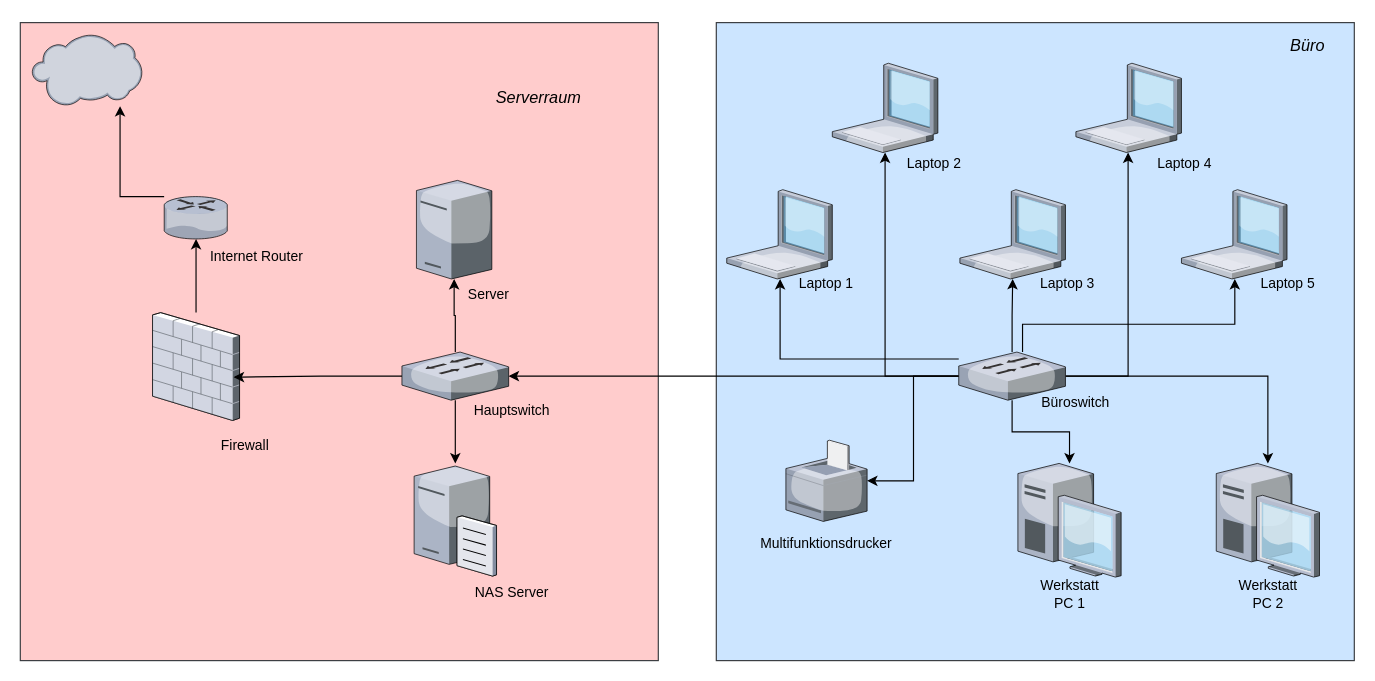
Earlier version of the draw.io diagram Untitled Diagram.drawio (posthak/Netsplan). Source tidied: cells renumbered, new cells numbered last; positions are measured from the earlier drawing's top-left corner, leaving out a move shared by most shapes. Both pictures are drawn from the tidied source at 116%, with x=0, y=0 at pixel (20, 22).
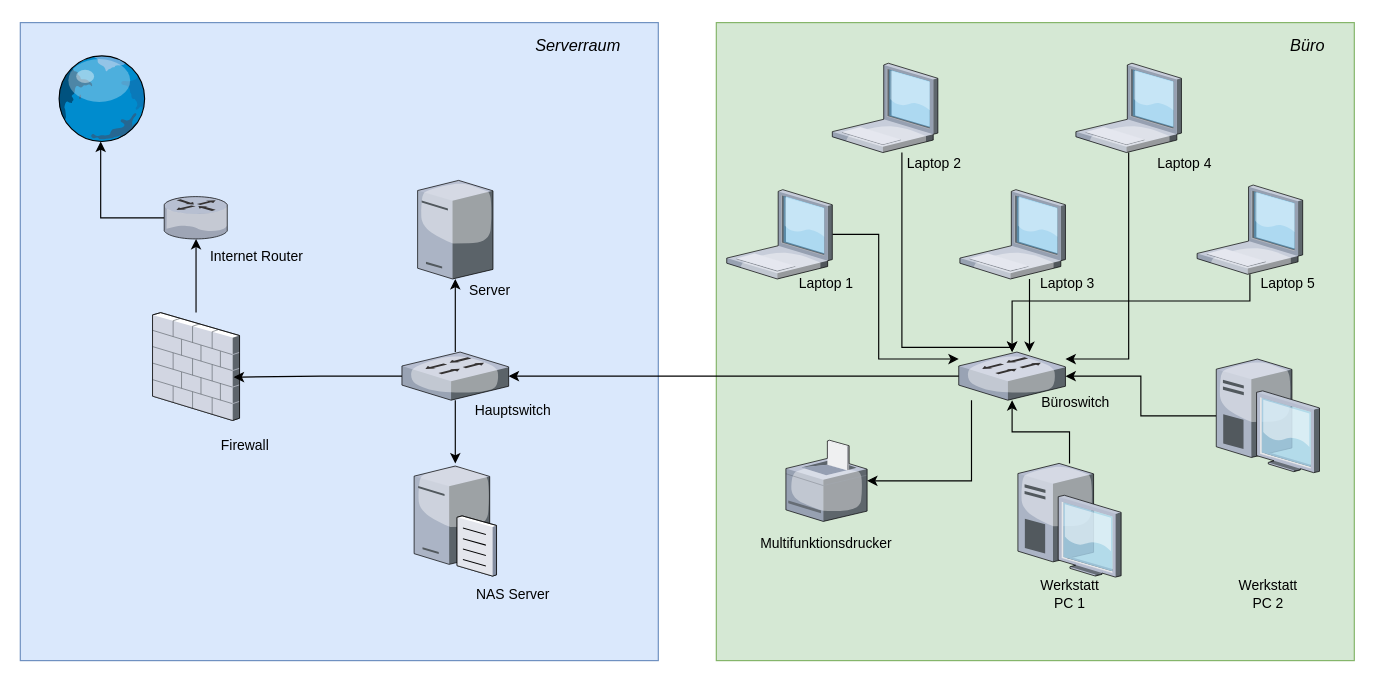
After the change.

Unchanged cells that the change refers to:
```xml
<mxCell id="4" style="verticalLabelPosition=bottom;sketch=0;html=1;verticalAlign=top;strokeColor=none;align=center;outlineConnect=0;shape=mxgraph.citrix.file_server;" parent="1" vertex="1">
  <mxGeometry x="339.5" y="380" width="71" height="97" as="geometry" />
</mxCell>
<mxCell id="8" style="verticalLabelPosition=bottom;sketch=0;html=1;verticalAlign=top;strokeColor=none;align=center;outlineConnect=0;shape=mxgraph.citrix.printer;" parent="1" vertex="1">
  <mxGeometry x="660" y="360" width="70" height="70" as="geometry" />
</mxCell>
<mxCell id="10" style="verticalLabelPosition=bottom;sketch=0;html=1;verticalAlign=top;strokeColor=none;align=center;outlineConnect=0;shape=mxgraph.citrix.desktop;" parent="1" vertex="1">
  <mxGeometry x="860" y="380" width="89" height="98" as="geometry" />
</mxCell>
<mxCell id="12" style="verticalLabelPosition=bottom;sketch=0;html=1;verticalAlign=top;strokeColor=none;align=center;outlineConnect=0;shape=mxgraph.citrix.router;" parent="1" vertex="1">
  <mxGeometry x="124" y="150" width="55" height="36.5" as="geometry" />
</mxCell>
<mxCell id="15" style="verticalLabelPosition=bottom;sketch=0;html=1;verticalAlign=top;strokeColor=none;align=center;outlineConnect=0;shape=mxgraph.citrix.switch;" parent="1" vertex="1">
  <mxGeometry x="329" y="284" width="92" height="41.5" as="geometry" />
</mxCell>
<mxCell id="24" style="verticalLabelPosition=bottom;sketch=0;html=1;verticalAlign=top;strokeColor=none;align=center;outlineConnect=0;shape=mxgraph.citrix.switch;" parent="1" vertex="1">
  <mxGeometry x="809" y="284" width="92" height="41.5" as="geometry" />
</mxCell>
<mxCell id="25" style="verticalLabelPosition=bottom;sketch=0;html=1;verticalAlign=top;strokeColor=none;align=center;outlineConnect=0;shape=mxgraph.citrix.laptop_1;" parent="1" vertex="1">
  <mxGeometry x="700" y="35" width="91" height="77" as="geometry" />
</mxCell>
<mxCell id="26" style="verticalLabelPosition=bottom;sketch=0;html=1;verticalAlign=top;strokeColor=none;align=center;outlineConnect=0;shape=mxgraph.citrix.laptop_1;" parent="1" vertex="1">
  <mxGeometry x="910" y="35" width="91" height="77" as="geometry" />
</mxCell>
<mxCell id="27" style="verticalLabelPosition=bottom;sketch=0;html=1;verticalAlign=top;strokeColor=none;align=center;outlineConnect=0;shape=mxgraph.citrix.laptop_1;" parent="1" vertex="1">
  <mxGeometry x="810" y="144" width="91" height="77" as="geometry" />
</mxCell>
<mxCell id="28" style="verticalLabelPosition=bottom;sketch=0;html=1;verticalAlign=top;strokeColor=none;align=center;outlineConnect=0;shape=mxgraph.citrix.laptop_1;" parent="1" vertex="1">
  <mxGeometry x="609" y="144" width="91" height="77" as="geometry" />
</mxCell>
```

Change to the diagram source:
```diff
@@
-    <mxCell id="2" style="whiteSpace=wrap;html=1;fillColor=#cce5ff;strokeColor=#36393d;" parent="1" vertex="1">
+    <mxCell id="2" style="whiteSpace=wrap;html=1;fillColor=#d5e8d4;strokeColor=#82b366;" parent="1" vertex="1">
       <mxGeometry x="600" width="550" height="550" as="geometry" />
     </mxCell>
-    <mxCell id="3" style="whiteSpace=wrap;html=1;fillColor=#ffcccc;strokeColor=#36393d;" parent="1" vertex="1">
+    <mxCell id="3" style="whiteSpace=wrap;html=1;fillColor=#dae8fc;strokeColor=#6c8ebf;" parent="1" vertex="1">
       <mxGeometry width="550" height="550" as="geometry" />
     </mxCell>
@@
-    <mxCell id="6" style="verticalLabelPosition=bottom;sketch=0;html=1;verticalAlign=top;strokeColor=none;align=center;outlineConnect=0;shape=mxgraph.citrix.firewall;" parent="1" vertex="1">
+    <mxCell id="6" style="verticalLabelPosition=bottom;sketch=0;html=1;verticalAlign=top;strokeColor=#36393d;align=center;outlineConnect=0;shape=mxgraph.citrix.firewall;fillColor=#ffff88;fillStyle=auto;" parent="1" vertex="1">
       <mxGeometry x="114" y="250" width="75" height="93" as="geometry" />
     </mxCell>
-    <mxCell id="7" style="verticalLabelPosition=bottom;sketch=0;html=1;verticalAlign=top;strokeColor=none;align=center;outlineConnect=0;shape=mxgraph.citrix.cloud;" parent="1" vertex="1">
-      <mxGeometry x="10" y="10" width="95" height="62" as="geometry" />
-    </mxCell>
@@
+    <mxCell id="49" style="edgeStyle=orthogonalEdgeStyle;rounded=0;jettySize=auto;html=1;fontFamily=Helvetica;fontSize=12;fontColor=default;" parent="1" edge="1" source="9" target="24">
+      <mxGeometry relative="1" as="geometry" />
+    </mxCell>
     <mxCell id="9" style="verticalLabelPosition=bottom;sketch=0;html=1;verticalAlign=top;strokeColor=none;align=center;outlineConnect=0;shape=mxgraph.citrix.desktop;" parent="1" vertex="1">
-      <mxGeometry x="1031" y="380" width="89" height="98" as="geometry" />
+      <mxGeometry x="1031" y="290" width="89" height="98" as="geometry" />
     </mxCell>
+    <mxCell id="50" style="edgeStyle=orthogonalEdgeStyle;rounded=0;jettySize=auto;html=1;fontFamily=Helvetica;fontSize=12;fontColor=default;" parent="1" edge="1" source="10" target="24">
+      <mxGeometry relative="1" as="geometry" />
+    </mxCell>
@@
-    <mxCell id="11" style="edgeStyle=orthogonalEdgeStyle;rounded=0;jettySize=auto;html=1;" parent="1" edge="1" source="12" target="7">
-      <mxGeometry relative="1" as="geometry">
-        <Array as="points">
-          <mxPoint x="86" y="150" />
-        </Array>
-      </mxGeometry>
-    </mxCell>
+    <mxCell id="51" style="edgeStyle=orthogonalEdgeStyle;rounded=0;jettySize=auto;html=1;fontFamily=Helvetica;fontSize=12;fontColor=default;" parent="1" edge="1" source="12" target="57">
+      <mxGeometry relative="1" as="geometry" />
+    </mxCell>
@@
+    <mxCell id="14" style="edgeStyle=orthogonalEdgeStyle;rounded=0;jettySize=auto;html=1;" parent="1" edge="1" source="15" target="4">
+      <mxGeometry relative="1" as="geometry" />
+    </mxCell>
-    <mxCell id="13" style="edgeStyle=orthogonalEdgeStyle;rounded=0;jettySize=auto;html=1;" parent="1" edge="1" source="15" target="29">
+    <mxCell id="13" style="edgeStyle=orthogonalEdgeStyle;rounded=0;jettySize=auto;html=1;fontFamily=Helvetica;fontSize=12;fontColor=default;" parent="1" edge="1" source="15" target="29">
       <mxGeometry relative="1" as="geometry" />
     </mxCell>
-    <mxCell id="14" style="edgeStyle=orthogonalEdgeStyle;rounded=0;jettySize=auto;html=1;" parent="1" edge="1" source="15" target="4">
-      <mxGeometry relative="1" as="geometry" />
-    </mxCell>
@@
-    <mxCell id="16" style="edgeStyle=orthogonalEdgeStyle;rounded=0;jettySize=auto;html=1;" parent="1" edge="1" source="24" target="9">
-      <mxGeometry relative="1" as="geometry" />
-    </mxCell>
-    <mxCell id="17" style="edgeStyle=orthogonalEdgeStyle;rounded=0;jettySize=auto;html=1;" parent="1" edge="1" source="24" target="10">
-      <mxGeometry relative="1" as="geometry" />
-    </mxCell>
-    <mxCell id="18" style="edgeStyle=orthogonalEdgeStyle;rounded=0;jettySize=auto;html=1;" parent="1" edge="1" source="24" target="26">
-      <mxGeometry relative="1" as="geometry">
-        <Array as="points">
-          <mxPoint x="955" y="305" />
-        </Array>
-      </mxGeometry>
-    </mxCell>
-    <mxCell id="19" style="edgeStyle=orthogonalEdgeStyle;rounded=0;jettySize=auto;html=1;" parent="1" edge="1" source="24" target="30">
-      <mxGeometry relative="1" as="geometry">
-        <Array as="points">
-          <mxPoint x="864" y="260" />
-          <mxPoint x="1047" y="260" />
-        </Array>
-      </mxGeometry>
-    </mxCell>
-    <mxCell id="20" style="edgeStyle=orthogonalEdgeStyle;rounded=0;jettySize=auto;html=1;" parent="1" edge="1" source="24" target="25">
-      <mxGeometry relative="1" as="geometry" />
-    </mxCell>
-    <mxCell id="21" style="edgeStyle=orthogonalEdgeStyle;rounded=0;jettySize=auto;html=1;" parent="1" edge="1" source="24" target="27">
-      <mxGeometry relative="1" as="geometry" />
-    </mxCell>
-    <mxCell id="22" style="edgeStyle=orthogonalEdgeStyle;rounded=0;jettySize=auto;html=1;" parent="1" edge="1" source="24" target="28">
-      <mxGeometry relative="1" as="geometry">
-        <Array as="points">
-          <mxPoint x="655" y="290" />
-        </Array>
-      </mxGeometry>
-    </mxCell>
     <mxCell id="23" style="edgeStyle=orthogonalEdgeStyle;rounded=0;jettySize=auto;html=1;" parent="1" edge="1" source="24" target="8">
       <mxGeometry relative="1" as="geometry">
         <Array as="points">
-          <mxPoint x="770" y="395" />
+          <mxPoint x="820" y="395" />
         </Array>
       </mxGeometry>
     </mxCell>
@@
+    <mxCell id="52" style="edgeStyle=orthogonalEdgeStyle;rounded=0;jettySize=auto;html=1;fontFamily=Helvetica;fontSize=12;fontColor=default;" parent="1" edge="1" source="25" target="24">
+      <mxGeometry relative="1" as="geometry">
+        <Array as="points">
+          <mxPoint x="760" y="280" />
+          <mxPoint x="855" y="280" />
+        </Array>
+      </mxGeometry>
+    </mxCell>
@@
+    <mxCell id="53" style="edgeStyle=orthogonalEdgeStyle;rounded=0;jettySize=auto;html=1;fontFamily=Helvetica;fontSize=12;fontColor=default;" parent="1" edge="1" source="26" target="24">
+      <mxGeometry relative="1" as="geometry">
+        <Array as="points">
+          <mxPoint x="956" y="290" />
+        </Array>
+      </mxGeometry>
+    </mxCell>
@@
+    <mxCell id="54" style="edgeStyle=orthogonalEdgeStyle;rounded=0;jettySize=auto;html=1;fontFamily=Helvetica;fontSize=12;fontColor=default;" parent="1" edge="1" source="27" target="24">
+      <mxGeometry relative="1" as="geometry">
+        <Array as="points">
+          <mxPoint x="870" y="260" />
+          <mxPoint x="870" y="260" />
+        </Array>
+      </mxGeometry>
+    </mxCell>
@@
+    <mxCell id="55" style="edgeStyle=orthogonalEdgeStyle;rounded=0;jettySize=auto;html=1;fontFamily=Helvetica;fontSize=12;fontColor=default;" parent="1" edge="1" source="28" target="24">
+      <mxGeometry relative="1" as="geometry">
+        <Array as="points">
+          <mxPoint x="740" y="182" />
+          <mxPoint x="740" y="290" />
+        </Array>
+      </mxGeometry>
+    </mxCell>
@@
     <mxCell id="29" style="verticalLabelPosition=bottom;html=1;verticalAlign=top;strokeColor=default;align=center;outlineConnect=0;shape=mxgraph.citrix.license_server;fillColor=#FFCCCC;fillStyle=auto;gradientColor=none;" parent="1" vertex="1">
-      <mxGeometry x="341.5" y="136" width="65" height="85" as="geometry" />
+      <mxGeometry x="342.5" y="136" width="65" height="85" as="geometry" />
     </mxCell>
+    <mxCell id="56" style="edgeStyle=orthogonalEdgeStyle;rounded=0;jettySize=auto;html=1;fontFamily=Helvetica;fontSize=12;fontColor=default;" parent="1" edge="1" source="30" target="24">
+      <mxGeometry relative="1" as="geometry">
+        <Array as="points">
+          <mxPoint x="1060" y="240" />
+          <mxPoint x="855" y="240" />
+        </Array>
+      </mxGeometry>
+    </mxCell>
     <mxCell id="30" style="verticalLabelPosition=bottom;sketch=0;html=1;verticalAlign=top;strokeColor=none;align=center;outlineConnect=0;shape=mxgraph.citrix.laptop_1;" parent="1" vertex="1">
-      <mxGeometry x="1001" y="144" width="91" height="77" as="geometry" />
+      <mxGeometry x="1014.5" y="140" width="91" height="77" as="geometry" />
     </mxCell>
@@
     <mxCell id="33" value="&lt;h3&gt;&lt;span style=&quot;font-weight: normal;&quot;&gt;&lt;font&gt;&lt;i&gt;Serverraum&lt;/i&gt;&lt;/font&gt;&lt;/span&gt;&lt;/h3&gt;" style="text;html=1;align=center;verticalAlign=middle;whiteSpace=wrap;rounded=0;" parent="1" vertex="1">
-      <mxGeometry x="410.5" y="50" width="72" height="30" as="geometry" />
+      <mxGeometry x="444.5" y="5" width="72" height="30" as="geometry" />
     </mxCell>
@@
     <mxCell id="43" value="NAS Server" style="text;html=1;align=center;verticalAlign=middle;whiteSpace=wrap;rounded=0;fontFamily=Helvetica;fontSize=12;fontColor=default;" parent="1" vertex="1">
-      <mxGeometry x="389" y="477" width="69.5" height="30" as="geometry" />
+      <mxGeometry x="390" y="478" width="69.5" height="30" as="geometry" />
     </mxCell>
     <mxCell id="44" value="Server" style="text;html=1;align=center;verticalAlign=middle;whiteSpace=wrap;rounded=0;fontFamily=Helvetica;fontSize=12;fontColor=default;" parent="1" vertex="1">
-      <mxGeometry x="369" y="220" width="69.5" height="30" as="geometry" />
+      <mxGeometry x="380" y="221" width="49.5" height="20" as="geometry" />
     </mxCell>
     <mxCell id="45" value="Hauptswitch" style="text;html=1;align=center;verticalAlign=middle;whiteSpace=wrap;rounded=0;fontFamily=Helvetica;fontSize=12;fontColor=default;" parent="1" vertex="1">
-      <mxGeometry x="389" y="320" width="69.5" height="30" as="geometry" />
+      <mxGeometry x="390" y="320" width="69.5" height="30" as="geometry" />
     </mxCell>
@@
+    <mxCell id="57" style="verticalLabelPosition=bottom;sketch=0;html=1;verticalAlign=top;strokeColor=none;align=center;outlineConnect=0;shape=mxgraph.citrix.globe;fontFamily=Helvetica;fontSize=12;fontColor=default;fillColor=default;" parent="1" vertex="1">
+      <mxGeometry x="30" y="27.5" width="78.5" height="75" as="geometry" />
+    </mxCell>
```
